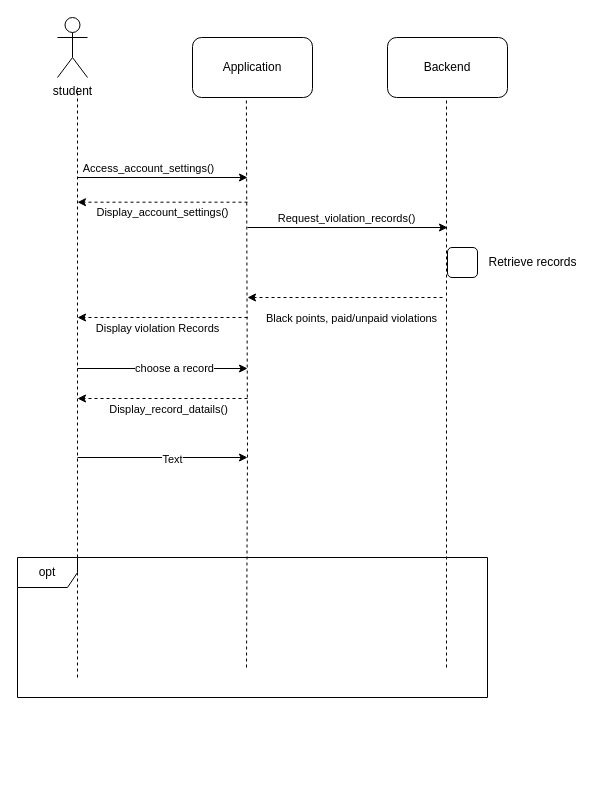
sarraGhali/Drone-parking-system keeps this draw.io diagram as page "Account settings" (5 of 6) of Untitled Diagram.drawio. Above is the earlier version. Source tidied: cells renumbered, new cells numbered last; positions are measured from the earlier drawing's top-left corner, leaving out a move shared by most shapes. Both pictures are drawn from the tidied source at 100%, with x=0, y=0 at pixel (17, 17).
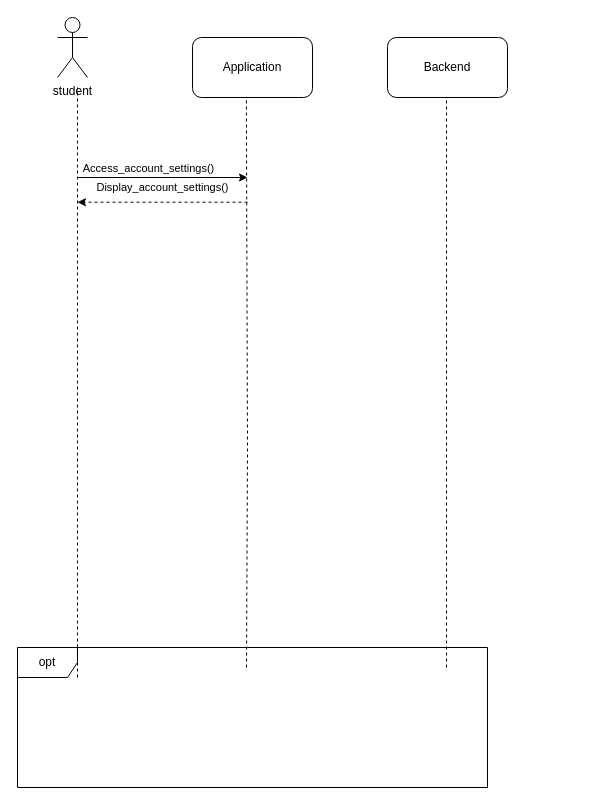
After the change.

The change refers to these unchanged cells:
```xml
<mxCell id="16" style="endArrow=classic;html=1;rounded=0;dashed=1;" parent="1" edge="1">
  <mxGeometry relative="1" as="geometry">
    <mxPoint x="230" y="184.7" as="sourcePoint" />
    <mxPoint x="60" y="184.7" as="targetPoint" />
    <Array as="points">
      <mxPoint x="140" y="184.7" />
    </Array>
  </mxGeometry>
</mxCell>
```

What changed in the source:
```diff
@@
-    <mxCell id="10" style="endArrow=classic;html=1;rounded=0;" parent="1" edge="1">
-      <mxGeometry relative="1" as="geometry">
-        <mxPoint x="230" y="210" as="sourcePoint" />
-        <mxPoint x="430" y="210" as="targetPoint" />
-      </mxGeometry>
-    </mxCell>
-    <mxCell id="11" value="Request_violation_records()" style="edgeLabel;html=1;align=center;verticalAlign=middle;" parent="10" vertex="1">
-      <mxGeometry x="-0.27" y="1" relative="1" as="geometry">
-        <mxPoint x="25" y="-9" as="offset" />
-      </mxGeometry>
-    </mxCell>
-    <mxCell id="12" style="rounded=1;whiteSpace=wrap;html=1;fontSize=12;fillColor=none;" parent="1" vertex="1">
-      <mxGeometry x="430" y="230" width="30" height="30" as="geometry" />
-    </mxCell>
-    <mxCell id="13" value="Retrieve records" style="text;html=1;align=center;verticalAlign=middle;strokeColor=none;fillColor=none;fontSize=12;" parent="1" vertex="1">
-      <mxGeometry x="460" y="230" width="110" height="30" as="geometry" />
-    </mxCell>
-    <mxCell id="14" style="endArrow=classic;html=1;rounded=0;dashed=1;" parent="1" edge="1">
-      <mxGeometry relative="1" as="geometry">
-        <mxPoint x="425" y="280" as="sourcePoint" />
-        <mxPoint x="230" y="280" as="targetPoint" />
-      </mxGeometry>
-    </mxCell>
-    <mxCell id="15" value="Black points, paid/unpaid violations" style="edgeLabel;html=1;align=center;verticalAlign=middle;" parent="14" vertex="1">
-      <mxGeometry x="0.01" y="-2" relative="1" as="geometry">
-        <mxPoint x="6" y="22" as="offset" />
-      </mxGeometry>
-    </mxCell>
@@
     <mxCell id="17" value="Display_account_settings()" style="edgeLabel;html=1;align=center;verticalAlign=middle;" parent="16" vertex="1">
       <mxGeometry x="0.01" relative="1" as="geometry">
-        <mxPoint y="10" as="offset" />
+        <mxPoint y="-15" as="offset" />
       </mxGeometry>
     </mxCell>
-    <mxCell id="18" style="endArrow=classic;html=1;rounded=0;dashed=1;" parent="1" edge="1">
-      <mxGeometry relative="1" as="geometry">
-        <mxPoint x="230" y="300" as="sourcePoint" />
-        <mxPoint x="60" y="300" as="targetPoint" />
-      </mxGeometry>
-    </mxCell>
-    <mxCell id="19" value="Display violation Records" style="edgeLabel;html=1;align=center;verticalAlign=middle;" parent="18" vertex="1">
-      <mxGeometry x="0.3" relative="1" as="geometry">
-        <mxPoint x="20" y="10" as="offset" />
-      </mxGeometry>
-    </mxCell>
     <mxCell id="20" value="opt" style="shape=umlFrame;whiteSpace=wrap;html=1;fontSize=12;" parent="1" vertex="1">
-      <mxGeometry y="540" width="470" height="140" as="geometry" />
+      <mxGeometry y="630" width="470" height="140" as="geometry" />
     </mxCell>
-    <mxCell id="21" style="endArrow=classic;html=1;rounded=0;" parent="1" edge="1">
-      <mxGeometry relative="1" as="geometry">
-        <mxPoint x="60" y="351" as="sourcePoint" />
-        <mxPoint x="230" y="351" as="targetPoint" />
-      </mxGeometry>
-    </mxCell>
-    <mxCell id="22" value="choose a record" style="edgeLabel;html=1;align=center;verticalAlign=middle;" parent="21" vertex="1">
-      <mxGeometry x="0.13" y="1" relative="1" as="geometry" />
-    </mxCell>
-    <mxCell id="23" style="endArrow=classic;html=1;rounded=0;dashed=1;" parent="1" edge="1">
-      <mxGeometry relative="1" as="geometry">
-        <mxPoint x="230" y="381" as="sourcePoint" />
-        <mxPoint x="60" y="381" as="targetPoint" />
-      </mxGeometry>
-    </mxCell>
-    <mxCell id="24" value="Display_record_datails()" style="edgeLabel;html=1;align=center;verticalAlign=middle;" parent="23" vertex="1">
-      <mxGeometry x="0.2" relative="1" as="geometry">
-        <mxPoint x="22" y="10" as="offset" />
-      </mxGeometry>
-    </mxCell>
-    <mxCell id="25" style="endArrow=classic;html=1;rounded=0;" parent="1" edge="1">
-      <mxGeometry relative="1" as="geometry">
-        <mxPoint x="60" y="440" as="sourcePoint" />
-        <mxPoint x="230" y="440" as="targetPoint" />
-      </mxGeometry>
-    </mxCell>
-    <mxCell id="26" value="Text" style="edgeLabel;html=1;align=center;verticalAlign=middle;" parent="25" vertex="1">
-      <mxGeometry x="0.11" y="-1" relative="1" as="geometry" />
-    </mxCell>
```
